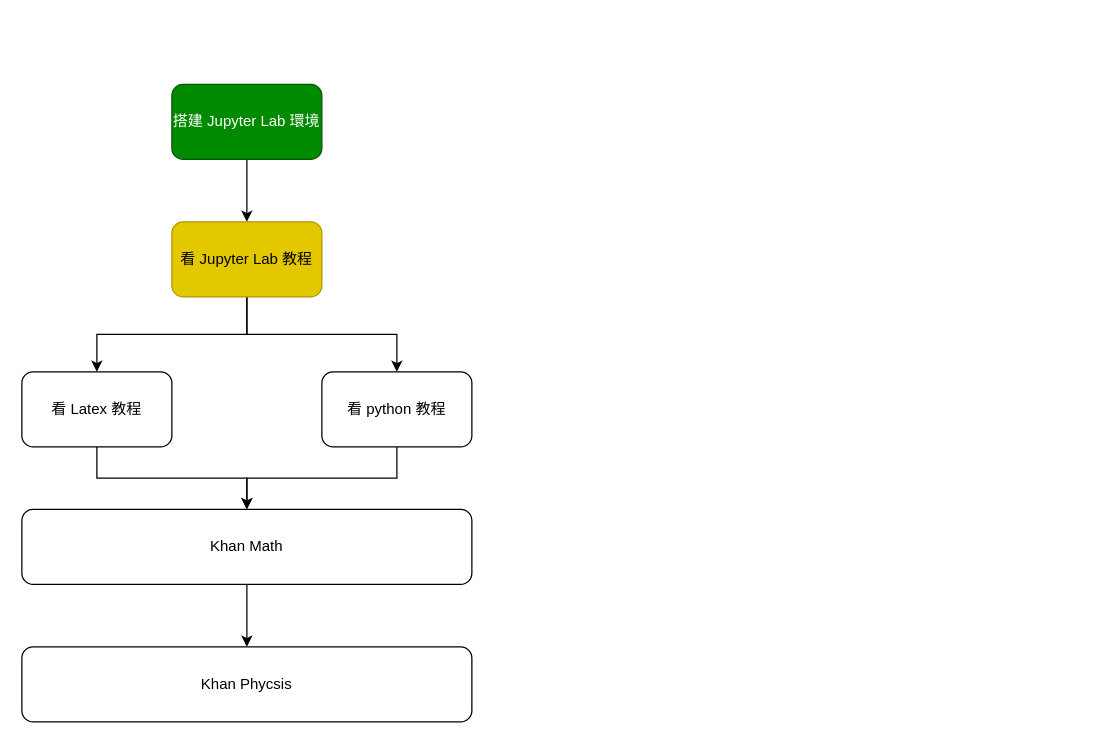
Above: page "to-do" (2 of 2) of roadmap.drawio in Mini-Pingu/math_physics (draw.io), before the change. Source tidied: cells renumbered, new cells numbered last; positions are measured from the earlier drawing's top-left corner, leaving out a move shared by most shapes. Both pictures are drawn from the tidied source at 125%, with x=0, y=0 at pixel (21, 84).
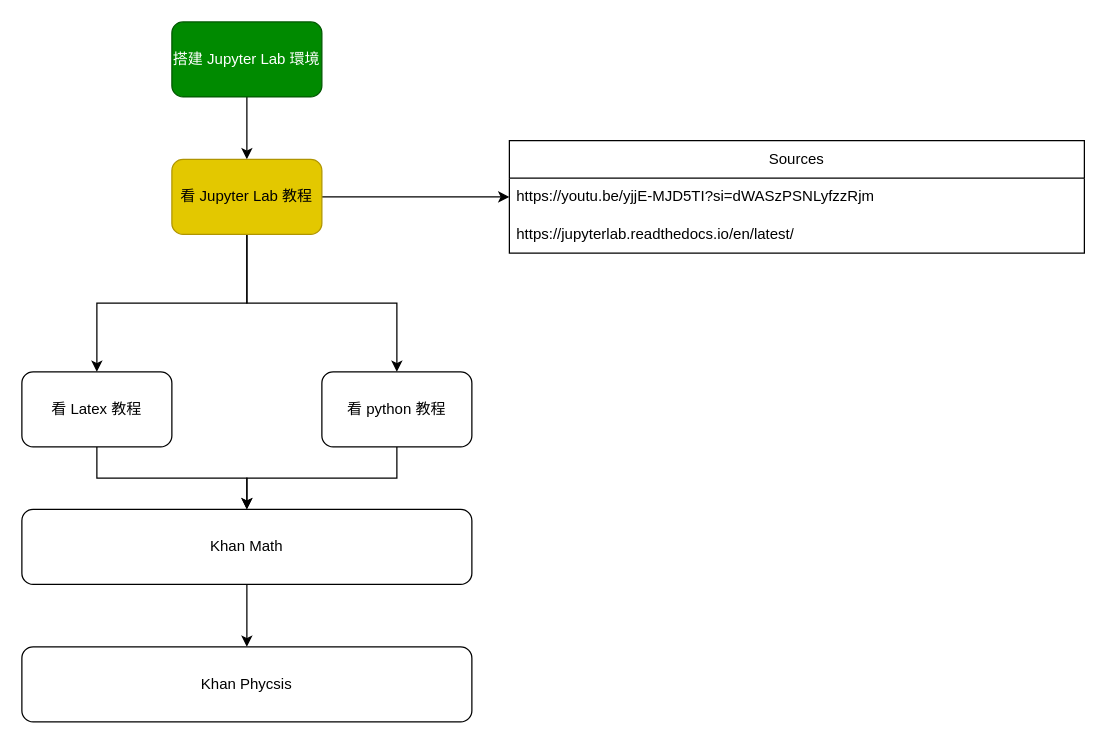
The same diagram, later.

Commit message (it also covers changes not shown here):
添加 jupyter lab 學習 sources

Change to the diagram source:
```diff
@@
 <mxGraphModel>
   <root>
     <mxCell id="0" />
     <mxCell id="1" parent="0" />
     <mxCell id="2" style="edgeStyle=orthogonalEdgeStyle;rounded=0;jettySize=auto;html=1;" parent="1" edge="1" source="3" target="6">
       <mxGeometry relative="1" as="geometry" />
     </mxCell>
     <mxCell id="3" value="搭建 Jupyter Lab 環境" style="rounded=1;whiteSpace=wrap;html=1;fillColor=#008a00;fontColor=#ffffff;strokeColor=#005700;" parent="1" vertex="1">
-      <mxGeometry x="120" width="120" height="60" as="geometry" />
+      <mxGeometry x="120" y="-50" width="120" height="60" as="geometry" />
     </mxCell>
     <mxCell id="4" style="edgeStyle=orthogonalEdgeStyle;rounded=0;jettySize=auto;html=1;" parent="1" edge="1" source="6" target="8">
       <mxGeometry relative="1" as="geometry" />
     </mxCell>
     <mxCell id="5" style="edgeStyle=orthogonalEdgeStyle;rounded=0;jettySize=auto;html=1;" parent="1" edge="1" source="6" target="10">
       <mxGeometry relative="1" as="geometry" />
     </mxCell>
+    <mxCell id="14" style="edgeStyle=orthogonalEdgeStyle;rounded=0;jettySize=auto;html=1;" parent="1" edge="1" source="6" target="15">
+      <mxGeometry relative="1" as="geometry" />
+    </mxCell>
     <mxCell id="6" value="看 Jupyter Lab 教程" style="rounded=1;whiteSpace=wrap;html=1;fillColor=#e3c800;fontColor=#000000;strokeColor=#B09500;" parent="1" vertex="1">
-      <mxGeometry x="120" y="110" width="120" height="60" as="geometry" />
+      <mxGeometry x="120" y="60" width="120" height="60" as="geometry" />
     </mxCell>
     <mxCell id="7" style="edgeStyle=orthogonalEdgeStyle;rounded=0;jettySize=auto;html=1;" parent="1" edge="1" source="8" target="12">
       <mxGeometry relative="1" as="geometry" />
     </mxCell>
     <mxCell id="8" value="看 Latex 教程" style="rounded=1;whiteSpace=wrap;html=1;" parent="1" vertex="1">
       <mxGeometry y="230" width="120" height="60" as="geometry" />
     </mxCell>
     <mxCell id="9" style="edgeStyle=orthogonalEdgeStyle;rounded=0;jettySize=auto;html=1;" parent="1" edge="1" source="10" target="12">
       <mxGeometry relative="1" as="geometry" />
     </mxCell>
     <mxCell id="10" value="看 python 教程" style="rounded=1;whiteSpace=wrap;html=1;" parent="1" vertex="1">
       <mxGeometry x="240" y="230" width="120" height="60" as="geometry" />
     </mxCell>
     <mxCell id="11" style="edgeStyle=orthogonalEdgeStyle;rounded=0;jettySize=auto;html=1;" parent="1" edge="1" source="12" target="13">
       <mxGeometry relative="1" as="geometry" />
     </mxCell>
     <mxCell id="12" value="Khan Math" style="rounded=1;whiteSpace=wrap;html=1;" parent="1" vertex="1">
       <mxGeometry y="340" width="360" height="60" as="geometry" />
     </mxCell>
     <mxCell id="13" value="Khan Phycsis" style="rounded=1;whiteSpace=wrap;html=1;" parent="1" vertex="1">
       <mxGeometry y="450" width="360" height="60" as="geometry" />
     </mxCell>
+    <mxCell id="15" value="Sources" style="swimlane;fontStyle=0;horizontal=1;startSize=30;whiteSpace=wrap;html=1;" parent="1" vertex="1">
+      <mxGeometry x="390" y="45" width="460" height="90" as="geometry" />
+    </mxCell>
+    <mxCell id="16" value="https://youtu.be/yjjE-MJD5TI?si=dWASzPSNLyfzzRjm" style="text;strokeColor=none;fillColor=none;align=left;verticalAlign=middle;spacingLeft=4;spacingRight=4;overflow=hidden;whiteSpace=wrap;html=1;" parent="15" vertex="1">
+      <mxGeometry y="30" width="460" height="30" as="geometry" />
+    </mxCell>
+    <mxCell id="17" value="https://jupyterlab.readthedocs.io/en/latest/" style="text;strokeColor=none;fillColor=none;align=left;verticalAlign=middle;spacingLeft=4;spacingRight=4;overflow=hidden;whiteSpace=wrap;html=1;" parent="15" vertex="1">
+      <mxGeometry y="60" width="460" height="30" as="geometry" />
+    </mxCell>
   </root>
 </mxGraphModel>
```
